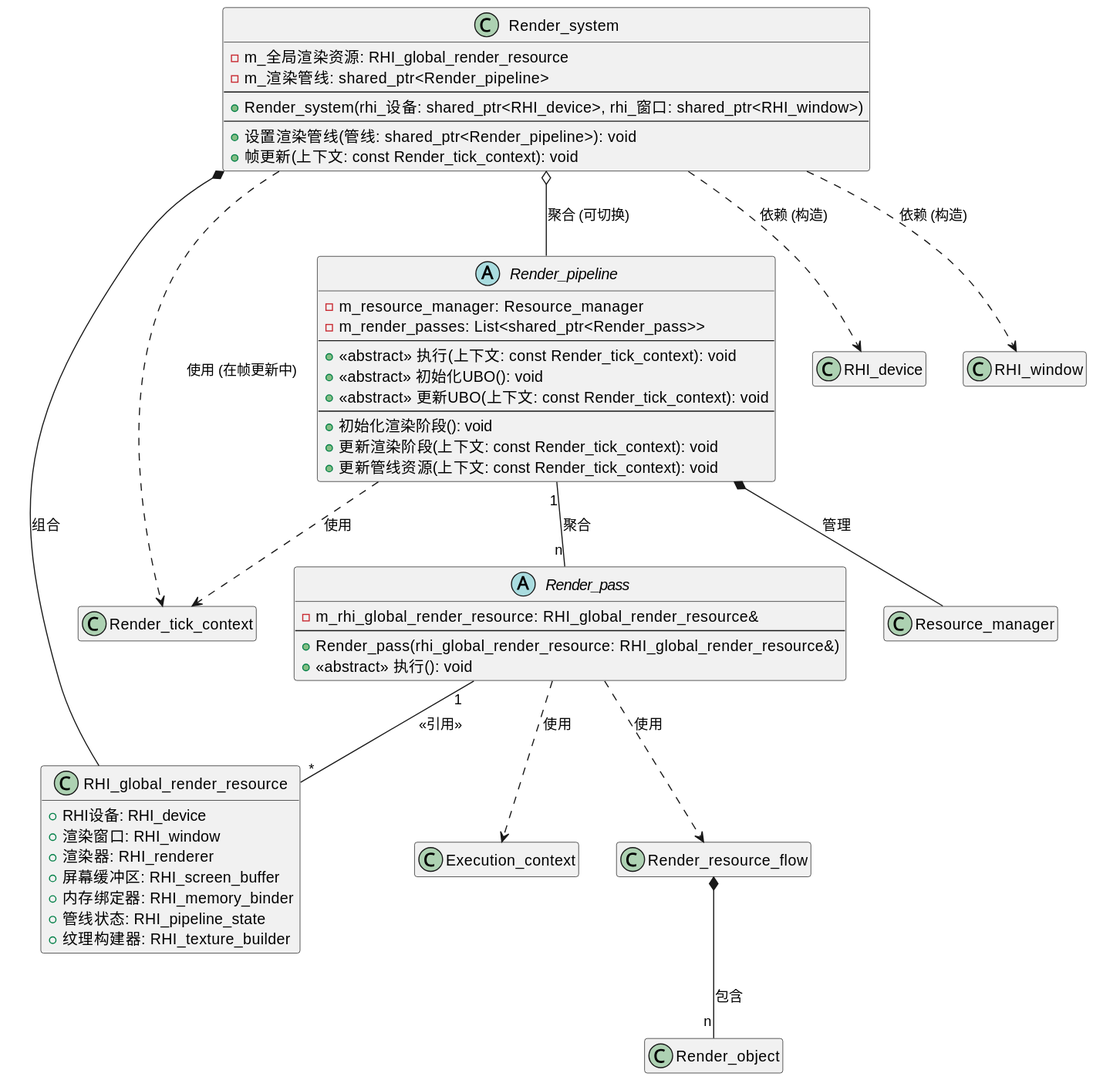
Above: out/puml/frontend_function_render_base_class/frontend_function_render_base_class.svg in annajcy/rtr (PlantUML), before the change.
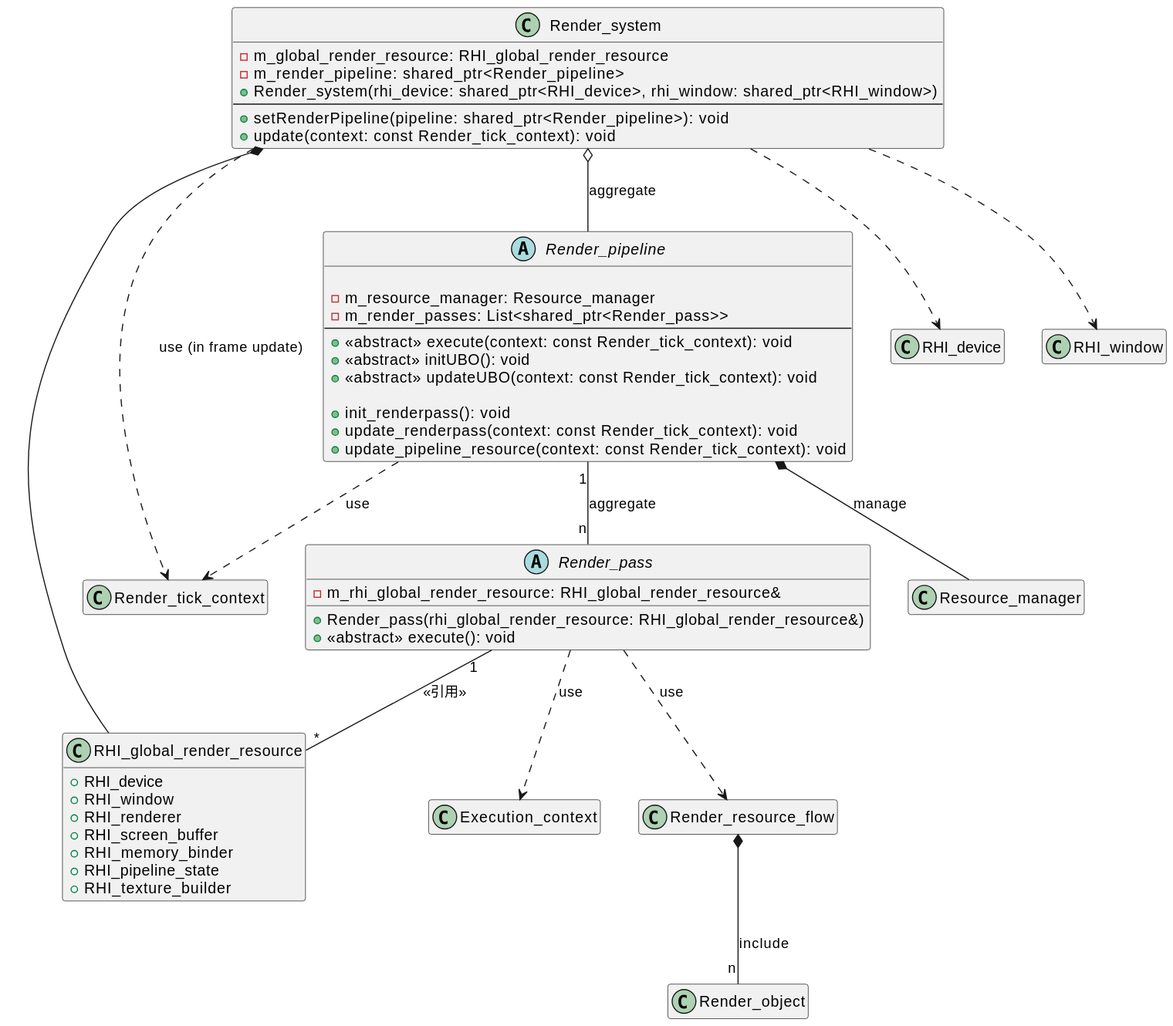
The same diagram one commit later.

What changed in the source:
```diff
@@ -2,70 +2,75 @@
 hide empty members
 
 class RHI_global_render_resource {
-    +RHI设备: RHI_device
-    +渲染窗口: RHI_window
-    +渲染器: RHI_renderer
-    +屏幕缓冲区: RHI_screen_buffer
-    +内存绑定器: RHI_memory_binder
-    +管线状态: RHI_pipeline_state
-    +纹理构建器: RHI_texture_builder
+    +RHI_device
+    +RHI_window
+    +RHI_renderer
+    +RHI_screen_buffer
+    +RHI_memory_binder
+    +RHI_pipeline_state
+    +RHI_texture_builder
 }
 
 
 class Execution_context {
+
 }
 
 class Render_object {
+
 }
 
 class Render_resource_flow {
+
 }
-Render_resource_flow *-- "n" Render_object : 包含
+Render_resource_flow *-- "n" Render_object : include
 
 abstract class Render_pass {
+
     -m_rhi_global_render_resource: RHI_global_render_resource&
-    --
     +Render_pass(rhi_global_render_resource: RHI_global_render_resource&)
-    +<<abstract>> 执行(): void
+    +<<abstract>> execute(): void
 }
-Render_pass ..> Execution_context : 使用
-Render_pass ..> Render_resource_flow : 使用
+Render_pass ..> Execution_context : use
+Render_pass ..> Render_resource_flow : use
 Render_pass "1" -- "*" RHI_global_render_resource : <<引用>>
 
 class Render_tick_context {
+
 }
 
 class Resource_manager {
+
 }
 
 abstract class Render_pipeline {
+
     -m_resource_manager: Resource_manager
     -m_render_passes: List<shared_ptr<Render_pass>>
     --
-    +<<abstract>> 执行(上下文: const Render_tick_context): void
-    +<<abstract>> 初始化UBO(): void
-    +<<abstract>> 更新UBO(上下文: const Render_tick_context): void
-    --
-    +初始化渲染阶段(): void
-    +更新渲染阶段(上下文: const Render_tick_context): void
-    +更新管线资源(上下文: const Render_tick_context): void
+    +<<abstract>> execute(context: const Render_tick_context): void
+    +<<abstract>> initUBO(): void
+    +<<abstract>> updateUBO(context: const Render_tick_context): void
+
+    +init_renderpass(): void
+    +update_renderpass(context: const Render_tick_context): void
+    +update_pipeline_resource(context: const Render_tick_context): void
 }
-Render_pipeline *-- Resource_manager : 管理
-Render_pipeline "1" -- "n" Render_pass : 聚合
-Render_pipeline ..> Render_tick_context : 使用
+Render_pipeline *-- Resource_manager : manage
+Render_pipeline "1" -- "n" Render_pass : aggregate
+Render_pipeline ..> Render_tick_context : use
 
 class Render_system {
-    -m_全局渲染资源: RHI_global_render_resource
-    -m_渲染管线: shared_ptr<Render_pipeline>
+    -m_global_render_resource: RHI_global_render_resource
+    -m_render_pipeline: shared_ptr<Render_pipeline>
+    +Render_system(rhi_device: shared_ptr<RHI_device>, rhi_window: shared_ptr<RHI_window>)
     --
-    +Render_system(rhi_设备: shared_ptr<RHI_device>, rhi_窗口: shared_ptr<RHI_window>)
-    --
-    +设置渲染管线(管线: shared_ptr<Render_pipeline>): void
-    +帧更新(上下文: const Render_tick_context): void
+    +setRenderPipeline(pipeline: shared_ptr<Render_pipeline>): void
+    +update(context: const Render_tick_context): void
 }
-Render_system *-- RHI_global_render_resource : 组合
-Render_system o-- Render_pipeline : 聚合 (可切换)
-Render_system ..> RHI_device : 依赖 (构造)
-Render_system ..> RHI_window : 依赖 (构造)
-Render_system ..> Render_tick_context : 使用 (在帧更新中)
+Render_system *-- RHI_global_render_resource
+Render_system o-- Render_pipeline : aggregate
+Render_system ..> RHI_device
+Render_system ..> RHI_window
+Render_system ..> Render_tick_context : use (in frame update)
 @enduml
```
